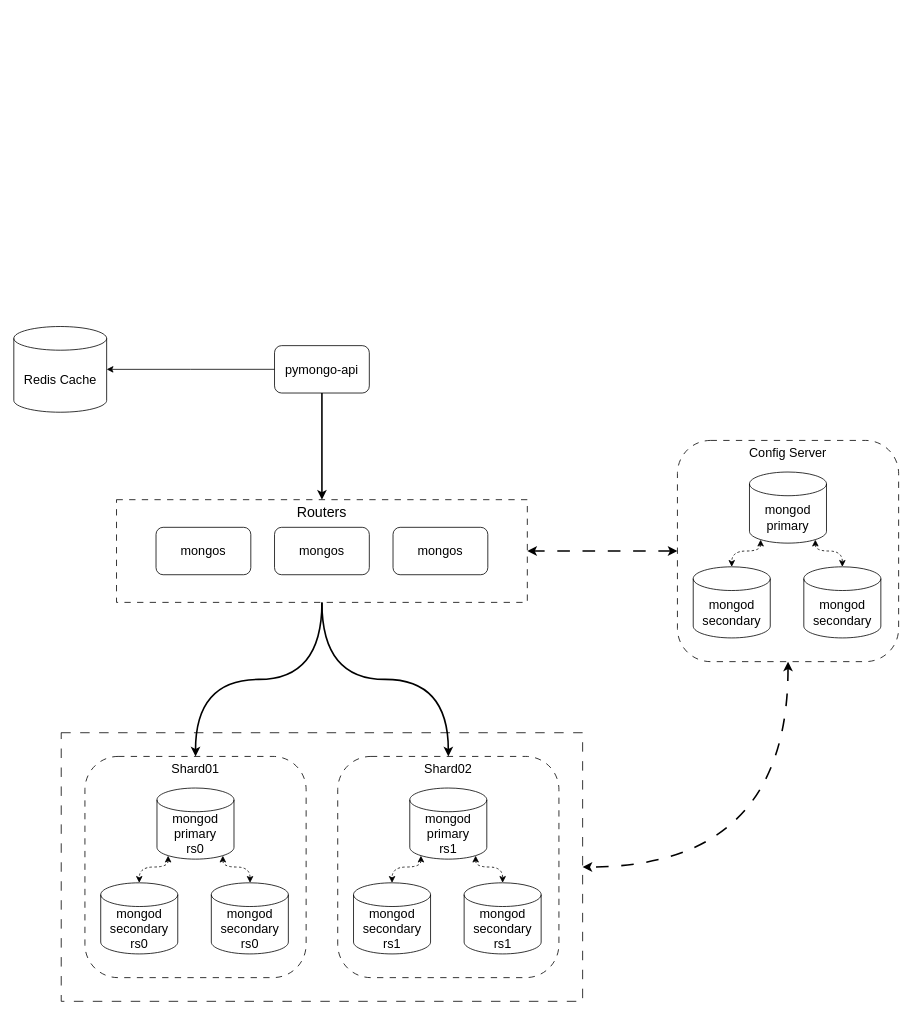
Earlier version of the draw.io diagram page "Part-3" (3 of 3) of task01/task1-03.drawio (santechniqueue/architecture-pro-black_friday). Source tidied: cells renumbered, new cells numbered last; positions are measured from the earlier drawing's top-left corner, leaving out a move shared by most shapes. Both pictures are drawn from the tidied source at 79%, with x=0, y=0 at pixel (13, 326).
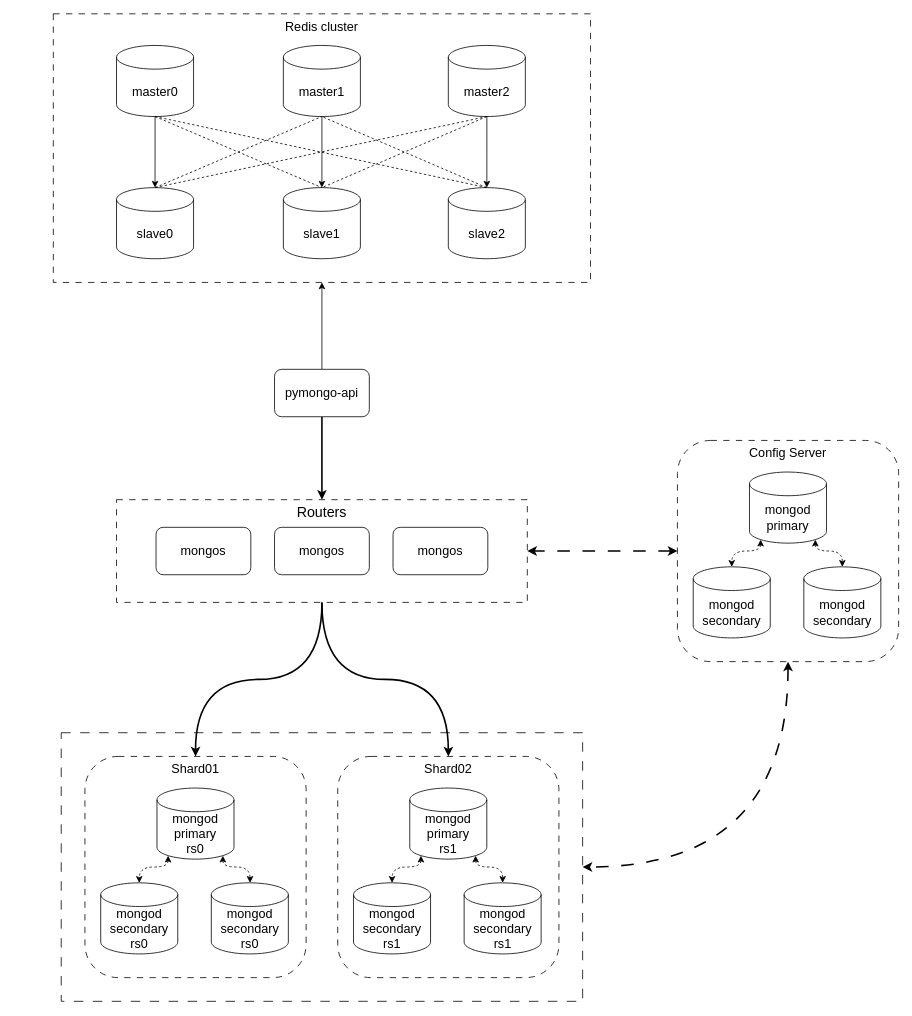
The same diagram, later.

Commit message (it also covers changes not shown here):
Task 1 schema edited

Change to the diagram source:
```diff
@@
-    <mxCell id="2" value="Redis Cache" style="shape=cylinder3;whiteSpace=wrap;html=1;boundedLbl=1;backgroundOutline=1;size=15;fontSize=16;" parent="1" vertex="1">
-      <mxGeometry y="-0.2" width="117.5" height="108.5" as="geometry" />
-    </mxCell>
@@
+    <mxCell id="37" style="edgeStyle=orthogonalEdgeStyle;rounded=0;jettySize=auto;html=1;entryX=0.5;entryY=1;entryDx=0;entryDy=0;" parent="1" edge="1" source="21" target="38">
+      <mxGeometry relative="1" as="geometry" />
+    </mxCell>
     <mxCell id="21" value="pymongo-api" style="rounded=1;whiteSpace=wrap;html=1;fontSize=16;" parent="1" vertex="1">
-      <mxGeometry x="330" y="24" width="120" height="60" as="geometry" />
+      <mxGeometry x="330" y="54" width="120" height="60" as="geometry" />
     </mxCell>
@@
-    <mxCell id="36" style="edgeStyle=orthogonalEdgeStyle;rounded=0;jettySize=auto;html=1;entryX=1;entryY=0.5;entryDx=0;entryDy=0;entryPerimeter=0;" parent="1" edge="1" source="21" target="2">
-      <mxGeometry relative="1" as="geometry" />
-    </mxCell>
+    <mxCell id="38" value="Redis cluster" style="rounded=1;whiteSpace=wrap;html=1;verticalAlign=top;dashed=1;dashPattern=8 8;fontSize=16;arcSize=0;" parent="1" vertex="1">
+      <mxGeometry x="50" y="-396" width="680" height="340" as="geometry" />
+    </mxCell>
+    <mxCell id="39" value="master0" style="shape=cylinder3;whiteSpace=wrap;html=1;boundedLbl=1;backgroundOutline=1;size=15;fontSize=16;" parent="1" vertex="1">
+      <mxGeometry x="130" y="-356" width="97.5" height="90" as="geometry" />
+    </mxCell>
+    <mxCell id="40" value="master2" style="shape=cylinder3;whiteSpace=wrap;html=1;boundedLbl=1;backgroundOutline=1;size=15;fontSize=16;" parent="1" vertex="1">
+      <mxGeometry x="550" y="-356" width="97.5" height="90" as="geometry" />
+    </mxCell>
+    <mxCell id="41" value="slave0" style="shape=cylinder3;whiteSpace=wrap;html=1;boundedLbl=1;backgroundOutline=1;size=15;fontSize=16;" parent="1" vertex="1">
+      <mxGeometry x="130" y="-176" width="97.5" height="90" as="geometry" />
+    </mxCell>
+    <mxCell id="42" value="master1" style="shape=cylinder3;whiteSpace=wrap;html=1;boundedLbl=1;backgroundOutline=1;size=15;fontSize=16;" parent="1" vertex="1">
+      <mxGeometry x="341.2" y="-356" width="97.5" height="90" as="geometry" />
+    </mxCell>
+    <mxCell id="43" value="slave1" style="shape=cylinder3;whiteSpace=wrap;html=1;boundedLbl=1;backgroundOutline=1;size=15;fontSize=16;" parent="1" vertex="1">
+      <mxGeometry x="341.2" y="-176" width="97.5" height="90" as="geometry" />
+    </mxCell>
+    <mxCell id="44" value="slave2" style="shape=cylinder3;whiteSpace=wrap;html=1;boundedLbl=1;backgroundOutline=1;size=15;fontSize=16;" parent="1" vertex="1">
+      <mxGeometry x="550" y="-176" width="97.5" height="90" as="geometry" />
+    </mxCell>
+    <mxCell id="45" style="edgeStyle=orthogonalEdgeStyle;rounded=0;jettySize=auto;html=1;entryX=0.5;entryY=0;entryDx=0;entryDy=0;entryPerimeter=0;" parent="1" edge="1" source="39" target="41">
+      <mxGeometry relative="1" as="geometry" />
+    </mxCell>
+    <mxCell id="46" style="edgeStyle=orthogonalEdgeStyle;rounded=0;jettySize=auto;html=1;entryX=0.5;entryY=0;entryDx=0;entryDy=0;entryPerimeter=0;" parent="1" edge="1" source="42" target="43">
+      <mxGeometry relative="1" as="geometry" />
+    </mxCell>
+    <mxCell id="47" style="edgeStyle=orthogonalEdgeStyle;rounded=0;jettySize=auto;html=1;entryX=0.5;entryY=0;entryDx=0;entryDy=0;entryPerimeter=0;" parent="1" edge="1" source="40" target="44">
+      <mxGeometry relative="1" as="geometry" />
+    </mxCell>
+    <mxCell id="48" style="rounded=0;jettySize=auto;html=1;entryX=0.5;entryY=0;entryDx=0;entryDy=0;entryPerimeter=0;endArrow=none;endFill=0;exitX=0.5;exitY=1;exitDx=0;exitDy=0;exitPerimeter=0;dashed=1;" parent="1" edge="1" source="40" target="41">
+      <mxGeometry relative="1" as="geometry" />
+    </mxCell>
+    <mxCell id="49" style="rounded=0;jettySize=auto;html=1;entryX=0.5;entryY=0;entryDx=0;entryDy=0;entryPerimeter=0;endArrow=none;endFill=0;exitX=0.5;exitY=1;exitDx=0;exitDy=0;exitPerimeter=0;dashed=1;" parent="1" edge="1" source="39" target="44">
+      <mxGeometry relative="1" as="geometry" />
+    </mxCell>
+    <mxCell id="50" style="rounded=0;jettySize=auto;html=1;entryX=0.5;entryY=0;entryDx=0;entryDy=0;entryPerimeter=0;exitX=0.5;exitY=1;exitDx=0;exitDy=0;exitPerimeter=0;dashed=1;endArrow=none;endFill=0;" parent="1" edge="1" source="39" target="43">
+      <mxGeometry relative="1" as="geometry" />
+    </mxCell>
+    <mxCell id="51" style="rounded=0;jettySize=auto;html=1;entryX=0.5;entryY=1;entryDx=0;entryDy=0;entryPerimeter=0;exitX=0.5;exitY=0;exitDx=0;exitDy=0;exitPerimeter=0;endArrow=none;endFill=0;dashed=1;" parent="1" edge="1" source="41" target="42">
+      <mxGeometry relative="1" as="geometry" />
+    </mxCell>
+    <mxCell id="52" style="rounded=0;jettySize=auto;html=1;entryX=0.5;entryY=0;entryDx=0;entryDy=0;entryPerimeter=0;exitX=0.5;exitY=1;exitDx=0;exitDy=0;exitPerimeter=0;dashed=1;endArrow=none;endFill=0;" parent="1" edge="1" source="40" target="43">
+      <mxGeometry relative="1" as="geometry" />
+    </mxCell>
+    <mxCell id="53" style="rounded=0;jettySize=auto;html=1;entryX=0.5;entryY=1;entryDx=0;entryDy=0;entryPerimeter=0;exitX=0.5;exitY=0;exitDx=0;exitDy=0;exitPerimeter=0;dashed=1;endArrow=none;endFill=0;" parent="1" edge="1" source="44" target="42">
+      <mxGeometry relative="1" as="geometry" />
+    </mxCell>
```
